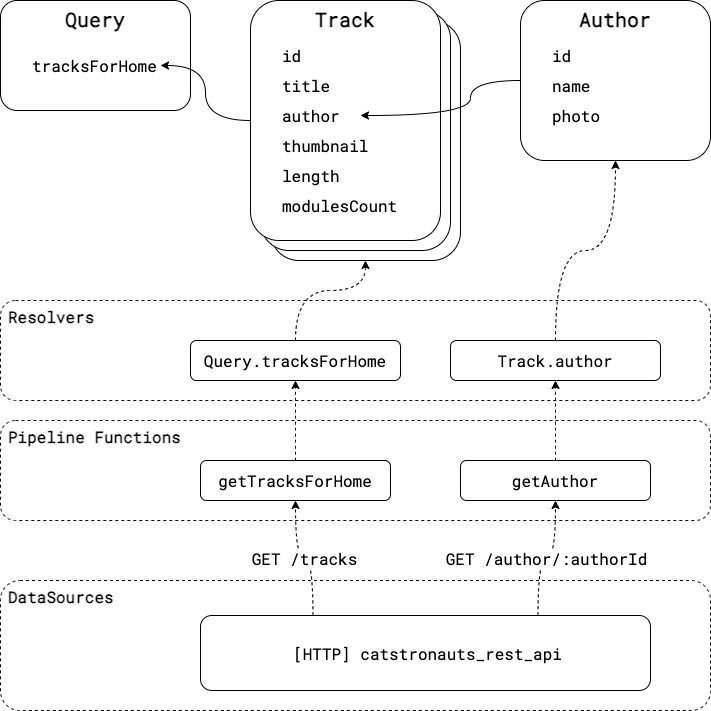
Earlier version of the draw.io export pages/research/catstronauts-api-overview.drawio.png (qmotas/cn-msa-research-note). Source tidied: cells renumbered, new cells last; positions are measured from the earlier drawing's top-left corner, leaving out a move shared by most shapes.
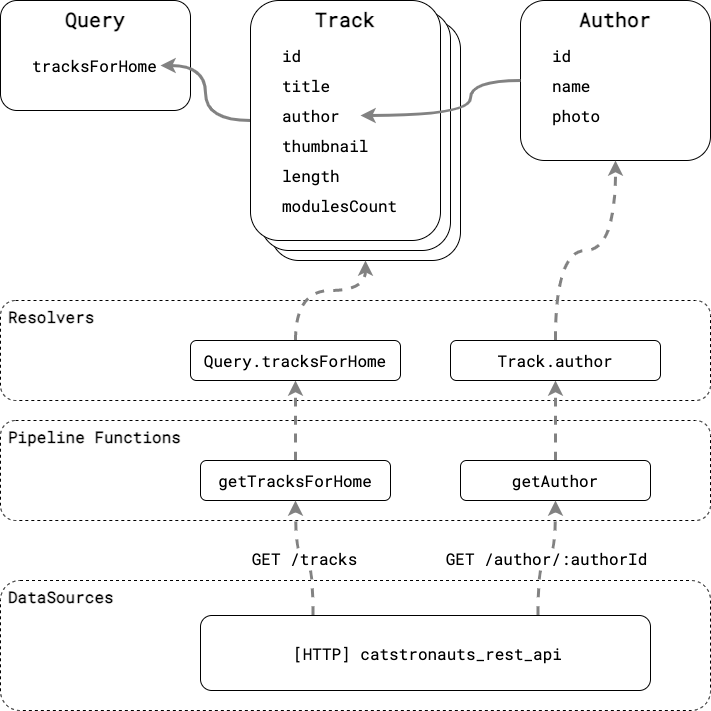
The same diagram one commit later.

Commit message:
ダークモードで矢印が見えなくなるので色を変更

Diff of the diagram source:
```diff
@@ -14,7 +14,7 @@
     <mxCell id="5" value="Query&lt;font style=&quot;font-size: 16px;&quot;&gt;&lt;br&gt;&lt;/font&gt;" style="rounded=1;whiteSpace=wrap;html=1;align=center;verticalAlign=top;fontStyle=1;fontSize=20;fontFamily=Roboto Mono;fontSource=https%3A%2F%2Ffonts.googleapis.com%2Fcss%3Ffamily%3DRoboto%2BMono;" parent="1" vertex="1">
       <mxGeometry width="190" height="110" as="geometry" />
     </mxCell>
-    <mxCell id="6" style="edgeStyle=orthogonalEdgeStyle;html=1;exitX=1;exitY=0.5;exitDx=0;exitDy=0;entryX=0;entryY=0.5;entryDx=0;entryDy=0;fontSize=16;curved=1;startArrow=classic;startFill=1;endArrow=none;endFill=0;" parent="1" edge="1" source="7" target="8">
+    <mxCell id="6" style="edgeStyle=orthogonalEdgeStyle;html=1;exitX=1;exitY=0.5;exitDx=0;exitDy=0;entryX=0;entryY=0.5;entryDx=0;entryDy=0;fontSize=16;curved=1;startArrow=classic;startFill=1;endArrow=none;endFill=0;strokeColor=#828282;strokeWidth=3;" parent="1" edge="1" source="7" target="8">
       <mxGeometry relative="1" as="geometry" />
     </mxCell>
     <mxCell id="7" value="tracksForHome" style="text;html=1;strokeColor=none;fillColor=none;align=left;verticalAlign=middle;whiteSpace=wrap;rounded=0;fontSize=16;fontFamily=Roboto Mono;fontSource=https%3A%2F%2Ffonts.googleapis.com%2Fcss%3Ffamily%3DRoboto%2BMono;" parent="1" vertex="1">
@@ -53,7 +53,7 @@
     <mxCell id="18" value="photo" style="text;html=1;strokeColor=none;fillColor=none;align=left;verticalAlign=middle;whiteSpace=wrap;rounded=0;fontSize=16;fontFamily=Roboto Mono;fontSource=https%3A%2F%2Ffonts.googleapis.com%2Fcss%3Ffamily%3DRoboto%2BMono;" parent="1" vertex="1">
       <mxGeometry x="550" y="100" width="130" height="30" as="geometry" />
     </mxCell>
-    <mxCell id="19" style="edgeStyle=orthogonalEdgeStyle;html=1;exitX=1;exitY=0.5;exitDx=0;exitDy=0;entryX=0;entryY=0.5;entryDx=0;entryDy=0;fontSize=16;curved=1;endArrow=none;endFill=0;startArrow=classic;startFill=1;" parent="1" edge="1" source="11" target="15">
+    <mxCell id="19" style="edgeStyle=orthogonalEdgeStyle;html=1;exitX=1;exitY=0.5;exitDx=0;exitDy=0;entryX=0;entryY=0.5;entryDx=0;entryDy=0;fontSize=16;curved=1;endArrow=none;endFill=0;startArrow=classic;startFill=1;strokeColor=#828282;strokeWidth=3;" parent="1" edge="1" source="11" target="15">
       <mxGeometry relative="1" as="geometry">
         <Array as="points">
           <mxPoint x="470" y="115" />
@@ -67,19 +67,19 @@
     <mxCell id="21" value="DataSources" style="rounded=1;whiteSpace=wrap;html=1;fontFamily=Roboto Mono;fontSource=https%3A%2F%2Ffonts.googleapis.com%2Fcss%3Ffamily%3DRoboto%2BMono;fontStyle=1;fontSize=16;verticalAlign=top;align=left;spacing=2;spacingLeft=6;dashed=1;" parent="1" vertex="1">
       <mxGeometry y="580" width="710" height="130" as="geometry" />
     </mxCell>
-    <mxCell id="22" style="edgeStyle=orthogonalEdgeStyle;curved=1;html=1;exitX=0.5;exitY=0;exitDx=0;exitDy=0;entryX=0.5;entryY=1;entryDx=0;entryDy=0;fontFamily=Roboto Mono;fontSource=https%3A%2F%2Ffonts.googleapis.com%2Fcss%3Ffamily%3DRoboto%2BMono;fontSize=16;dashed=1;" parent="1" edge="1" source="23" target="27">
+    <mxCell id="22" style="edgeStyle=orthogonalEdgeStyle;curved=1;html=1;exitX=0.5;exitY=0;exitDx=0;exitDy=0;entryX=0.5;entryY=1;entryDx=0;entryDy=0;fontFamily=Roboto Mono;fontSource=https%3A%2F%2Ffonts.googleapis.com%2Fcss%3Ffamily%3DRoboto%2BMono;fontSize=16;dashed=1;strokeColor=#828282;strokeWidth=3;" parent="1" edge="1" source="23" target="27">
       <mxGeometry relative="1" as="geometry" />
     </mxCell>
     <mxCell id="23" value="getTracksForHome" style="rounded=1;whiteSpace=wrap;html=1;fontFamily=Roboto Mono;fontSource=https%3A%2F%2Ffonts.googleapis.com%2Fcss%3Ffamily%3DRoboto%2BMono;fontSize=16;" parent="1" vertex="1">
       <mxGeometry x="200" y="460" width="190" height="40" as="geometry" />
     </mxCell>
-    <mxCell id="24" style="edgeStyle=orthogonalEdgeStyle;curved=1;html=1;exitX=0.5;exitY=0;exitDx=0;exitDy=0;entryX=0.5;entryY=1;entryDx=0;entryDy=0;fontFamily=Roboto Mono;fontSource=https%3A%2F%2Ffonts.googleapis.com%2Fcss%3Ffamily%3DRoboto%2BMono;fontSize=16;dashed=1;" parent="1" edge="1" source="25" target="29">
+    <mxCell id="24" style="edgeStyle=orthogonalEdgeStyle;curved=1;html=1;exitX=0.5;exitY=0;exitDx=0;exitDy=0;entryX=0.5;entryY=1;entryDx=0;entryDy=0;fontFamily=Roboto Mono;fontSource=https%3A%2F%2Ffonts.googleapis.com%2Fcss%3Ffamily%3DRoboto%2BMono;fontSize=16;dashed=1;strokeColor=#828282;strokeWidth=3;" parent="1" edge="1" source="25" target="29">
       <mxGeometry relative="1" as="geometry" />
     </mxCell>
     <mxCell id="25" value="getAuthor" style="rounded=1;whiteSpace=wrap;html=1;fontFamily=Roboto Mono;fontSource=https%3A%2F%2Ffonts.googleapis.com%2Fcss%3Ffamily%3DRoboto%2BMono;fontSize=16;" parent="1" vertex="1">
       <mxGeometry x="460" y="460" width="190" height="40" as="geometry" />
     </mxCell>
-    <mxCell id="26" style="edgeStyle=orthogonalEdgeStyle;curved=1;html=1;exitX=0.5;exitY=0;exitDx=0;exitDy=0;entryX=0.5;entryY=1;entryDx=0;entryDy=0;fontFamily=Roboto Mono;fontSource=https%3A%2F%2Ffonts.googleapis.com%2Fcss%3Ffamily%3DRoboto%2BMono;fontSize=16;dashed=1;" parent="1" edge="1" source="27" target="3">
+    <mxCell id="26" style="edgeStyle=orthogonalEdgeStyle;curved=1;html=1;exitX=0.5;exitY=0;exitDx=0;exitDy=0;entryX=0.5;entryY=1;entryDx=0;entryDy=0;fontFamily=Roboto Mono;fontSource=https%3A%2F%2Ffonts.googleapis.com%2Fcss%3Ffamily%3DRoboto%2BMono;fontSize=16;dashed=1;strokeColor=#828282;strokeWidth=3;" parent="1" edge="1" source="27" target="3">
       <mxGeometry relative="1" as="geometry">
         <Array as="points">
           <mxPoint x="295" y="290" />
@@ -90,16 +90,16 @@
     <mxCell id="27" value="Query.tracksForHome" style="rounded=1;whiteSpace=wrap;html=1;fontFamily=Roboto Mono;fontSource=https%3A%2F%2Ffonts.googleapis.com%2Fcss%3Ffamily%3DRoboto%2BMono;fontSize=16;" parent="1" vertex="1">
       <mxGeometry x="190" y="340" width="210" height="40" as="geometry" />
     </mxCell>
-    <mxCell id="28" style="edgeStyle=orthogonalEdgeStyle;curved=1;html=1;exitX=0.5;exitY=0;exitDx=0;exitDy=0;entryX=0.5;entryY=1;entryDx=0;entryDy=0;fontFamily=Roboto Mono;fontSource=https%3A%2F%2Ffonts.googleapis.com%2Fcss%3Ffamily%3DRoboto%2BMono;fontSize=16;dashed=1;" parent="1" edge="1" source="29" target="15">
+    <mxCell id="28" style="edgeStyle=orthogonalEdgeStyle;curved=1;html=1;exitX=0.5;exitY=0;exitDx=0;exitDy=0;entryX=0.5;entryY=1;entryDx=0;entryDy=0;fontFamily=Roboto Mono;fontSource=https%3A%2F%2Ffonts.googleapis.com%2Fcss%3Ffamily%3DRoboto%2BMono;fontSize=16;dashed=1;strokeColor=#828282;strokeWidth=3;" parent="1" edge="1" source="29" target="15">
       <mxGeometry relative="1" as="geometry" />
     </mxCell>
     <mxCell id="29" value="Track.author" style="rounded=1;whiteSpace=wrap;html=1;fontFamily=Roboto Mono;fontSource=https%3A%2F%2Ffonts.googleapis.com%2Fcss%3Ffamily%3DRoboto%2BMono;fontSize=16;" parent="1" vertex="1">
       <mxGeometry x="450" y="340" width="210" height="40" as="geometry" />
     </mxCell>
-    <mxCell id="30" value="GET /tracks" style="edgeStyle=orthogonalEdgeStyle;html=1;exitX=0.25;exitY=0;exitDx=0;exitDy=0;entryX=0.5;entryY=1;entryDx=0;entryDy=0;fontFamily=Roboto Mono;fontSource=https%3A%2F%2Ffonts.googleapis.com%2Fcss%3Ffamily%3DRoboto%2BMono;fontSize=16;curved=1;dashed=1;" parent="1" edge="1" source="32" target="23">
+    <mxCell id="30" value="GET /tracks" style="edgeStyle=orthogonalEdgeStyle;html=1;exitX=0.25;exitY=0;exitDx=0;exitDy=0;entryX=0.5;entryY=1;entryDx=0;entryDy=0;fontFamily=Roboto Mono;fontSource=https%3A%2F%2Ffonts.googleapis.com%2Fcss%3Ffamily%3DRoboto%2BMono;fontSize=16;curved=1;dashed=1;strokeColor=#828282;strokeWidth=3;" parent="1" edge="1" source="32" target="23">
       <mxGeometry relative="1" as="geometry" />
     </mxCell>
-    <mxCell id="31" value="GET /author/:authorId" style="edgeStyle=orthogonalEdgeStyle;curved=1;html=1;exitX=0.75;exitY=0;exitDx=0;exitDy=0;entryX=0.5;entryY=1;entryDx=0;entryDy=0;fontFamily=Roboto Mono;fontSource=https%3A%2F%2Ffonts.googleapis.com%2Fcss%3Ffamily%3DRoboto%2BMono;fontSize=16;dashed=1;" parent="1" edge="1" source="32" target="25">
+    <mxCell id="31" value="GET /author/:authorId" style="edgeStyle=orthogonalEdgeStyle;curved=1;html=1;exitX=0.75;exitY=0;exitDx=0;exitDy=0;entryX=0.5;entryY=1;entryDx=0;entryDy=0;fontFamily=Roboto Mono;fontSource=https%3A%2F%2Ffonts.googleapis.com%2Fcss%3Ffamily%3DRoboto%2BMono;fontSize=16;dashed=1;strokeColor=#828282;strokeWidth=3;" parent="1" edge="1" source="32" target="25">
       <mxGeometry relative="1" as="geometry" />
     </mxCell>
     <mxCell id="32" value="[HTTP] catstronauts_rest_api" style="rounded=1;whiteSpace=wrap;html=1;fontFamily=Roboto Mono;fontSource=https%3A%2F%2Ffonts.googleapis.com%2Fcss%3Ffamily%3DRoboto%2BMono;fontSize=16;verticalAlign=middle;align=center;spacingLeft=5;" parent="1" vertex="1">
```
